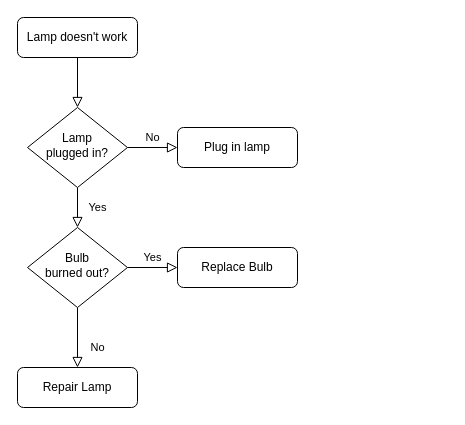
Above: 未命名绘图.drawio in hejiang2000/ueditor (draw.io), before the change. Source tidied: cells renumbered, new cells numbered last; positions are measured from the earlier drawing's top-left corner, leaving out a move shared by most shapes. Both pictures are drawn from the tidied source at 100%, with x=0, y=0 at pixel (17, 17).
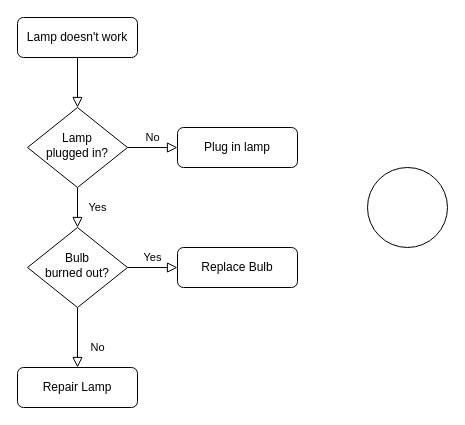
The same page after the edit.

Commit message:
更新未命名绘图.drawio

What changed in the source:
```diff
@@
 <mxGraphModel>
   <root>
     <mxCell id="0" />
     <mxCell id="1" parent="0" />
     <mxCell id="2" style="rounded=0;html=1;jettySize=auto;fontSize=11;endArrow=block;endFill=0;endSize=8;strokeWidth=1;shadow=0;labelBackgroundColor=none;edgeStyle=orthogonalEdgeStyle;" parent="1" edge="1" source="3" target="6">
       <mxGeometry relative="1" as="geometry" />
     </mxCell>
     <mxCell id="3" value="Lamp doesn't work" style="rounded=1;whiteSpace=wrap;html=1;fontSize=12;glass=0;strokeWidth=1;shadow=0;" parent="1" vertex="1">
       <mxGeometry width="120" height="40" as="geometry" />
     </mxCell>
     <mxCell id="4" value="Yes" style="rounded=0;html=1;jettySize=auto;fontSize=11;endArrow=block;endFill=0;endSize=8;strokeWidth=1;shadow=0;labelBackgroundColor=none;edgeStyle=orthogonalEdgeStyle;" parent="1" edge="1" source="6" target="10">
       <mxGeometry y="20" relative="1" as="geometry" />
     </mxCell>
     <mxCell id="5" value="No" style="edgeStyle=orthogonalEdgeStyle;rounded=0;html=1;jettySize=auto;fontSize=11;endArrow=block;endFill=0;endSize=8;strokeWidth=1;shadow=0;labelBackgroundColor=none;" parent="1" edge="1" source="6" target="7">
       <mxGeometry y="10" relative="1" as="geometry" />
     </mxCell>
     <mxCell id="6" value="Lamp&lt;br&gt;plugged in?" style="rhombus;whiteSpace=wrap;html=1;shadow=0;fontFamily=Helvetica;fontSize=12;align=center;strokeWidth=1;spacing=6;spacingTop=-4;" parent="1" vertex="1">
       <mxGeometry x="10" y="90" width="100" height="80" as="geometry" />
     </mxCell>
     <mxCell id="7" value="Plug in lamp" style="rounded=1;whiteSpace=wrap;html=1;fontSize=12;glass=0;strokeWidth=1;shadow=0;" parent="1" vertex="1">
       <mxGeometry x="160" y="110" width="120" height="40" as="geometry" />
     </mxCell>
     <mxCell id="8" value="No" style="rounded=0;html=1;jettySize=auto;fontSize=11;endArrow=block;endFill=0;endSize=8;strokeWidth=1;shadow=0;labelBackgroundColor=none;edgeStyle=orthogonalEdgeStyle;" parent="1" edge="1" source="10" target="11">
       <mxGeometry x="0.33" y="20" relative="1" as="geometry" />
     </mxCell>
     <mxCell id="9" value="Yes" style="edgeStyle=orthogonalEdgeStyle;rounded=0;html=1;jettySize=auto;fontSize=11;endArrow=block;endFill=0;endSize=8;strokeWidth=1;shadow=0;labelBackgroundColor=none;" parent="1" edge="1" source="10" target="12">
       <mxGeometry y="10" relative="1" as="geometry" />
     </mxCell>
     <mxCell id="10" value="Bulb&lt;br&gt;burned out?" style="rhombus;whiteSpace=wrap;html=1;shadow=0;fontFamily=Helvetica;fontSize=12;align=center;strokeWidth=1;spacing=6;spacingTop=-4;" parent="1" vertex="1">
       <mxGeometry x="10" y="210" width="100" height="80" as="geometry" />
     </mxCell>
     <mxCell id="11" value="Repair Lamp" style="rounded=1;whiteSpace=wrap;html=1;fontSize=12;glass=0;strokeWidth=1;shadow=0;" parent="1" vertex="1">
       <mxGeometry y="350" width="120" height="40" as="geometry" />
     </mxCell>
     <mxCell id="12" value="Replace Bulb" style="rounded=1;whiteSpace=wrap;html=1;fontSize=12;glass=0;strokeWidth=1;shadow=0;" parent="1" vertex="1">
       <mxGeometry x="160" y="230" width="120" height="40" as="geometry" />
     </mxCell>
+    <mxCell id="13" style="ellipse;whiteSpace=wrap;html=1;" parent="1" vertex="1">
+      <mxGeometry x="350" y="150" width="80" height="80" as="geometry" />
+    </mxCell>
   </root>
 </mxGraphModel>
```
